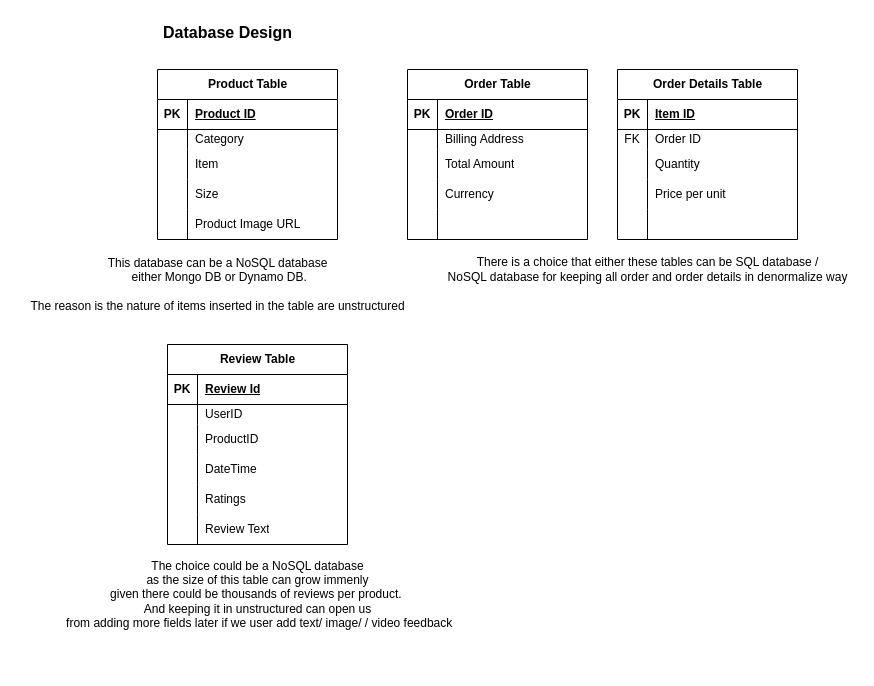
The draw.io diagram EcomSystemDesign.drawio in anshul1790/system-design-playground, before the edit. Source tidied: cells renumbered, new cells numbered last; positions are measured from the earlier drawing's top-left corner, leaving out a move shared by most shapes. Both pictures are drawn from the tidied source at 100%, with x=0, y=0 at pixel (17, 17).
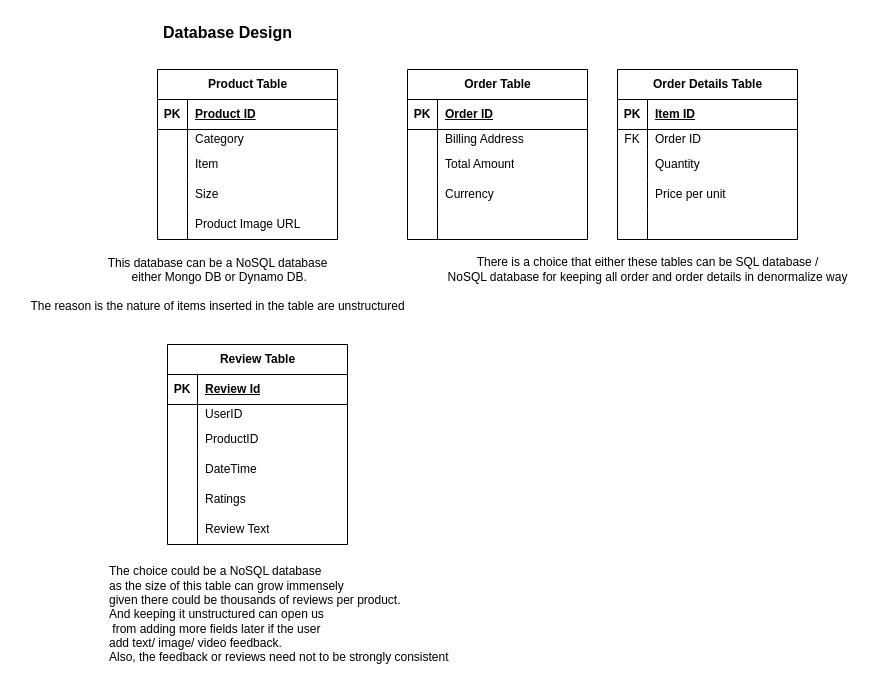
After the change.

Change to the diagram source:
```diff
@@
-    <mxCell id="72" value="The choice could be a NoSQL database&lt;div&gt;as the size of this table can grow immenly&lt;/div&gt;&lt;div&gt;given there could be thousands of reviews per product.&amp;nbsp;&lt;/div&gt;&lt;div&gt;And keeping it in unstructured can open us&lt;/div&gt;&lt;div&gt;&amp;nbsp;from adding more fields later if we user add text/ image/ / video feedback&lt;/div&gt;" style="text;html=1;align=center;verticalAlign=middle;strokeColor=none;fillColor=none;" parent="1" vertex="1">
-      <mxGeometry x="35" y="532" width="410" height="90" as="geometry" />
+    <mxCell id="72" value="The choice could be a NoSQL database&lt;div&gt;as the size of this table can grow immensely&lt;/div&gt;&lt;div&gt;given there could be thousands of reviews per product.&amp;nbsp;&lt;/div&gt;&lt;div&gt;And keeping it unstructured can open us&lt;/div&gt;&lt;div&gt;&amp;nbsp;from adding more fields later if the user&lt;/div&gt;&lt;div&gt;add text/ image/ video feedback.&lt;/div&gt;&lt;div&gt;Also, the feedback or reviews need not to be strongly consistent&lt;/div&gt;" style="text;html=1;align=left;verticalAlign=middle;strokeColor=none;fillColor=none;" parent="1" vertex="1">
+      <mxGeometry x="90" y="542" width="360" height="110" as="geometry" />
     </mxCell>
```
